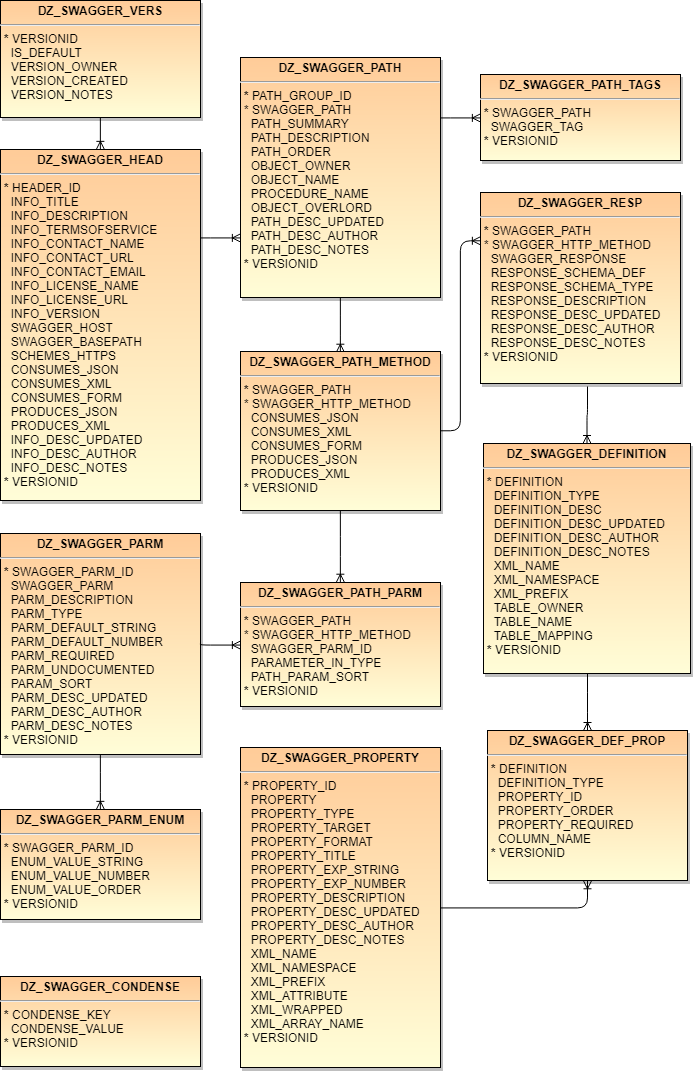
pauldzy/DZ_SWAGGER keeps this draw.io diagram as ERD.png. Above is the earlier version. Source tidied: cells renumbered, new cells last; positions are measured from the earlier drawing's top-left corner, leaving out a move shared by most shapes.
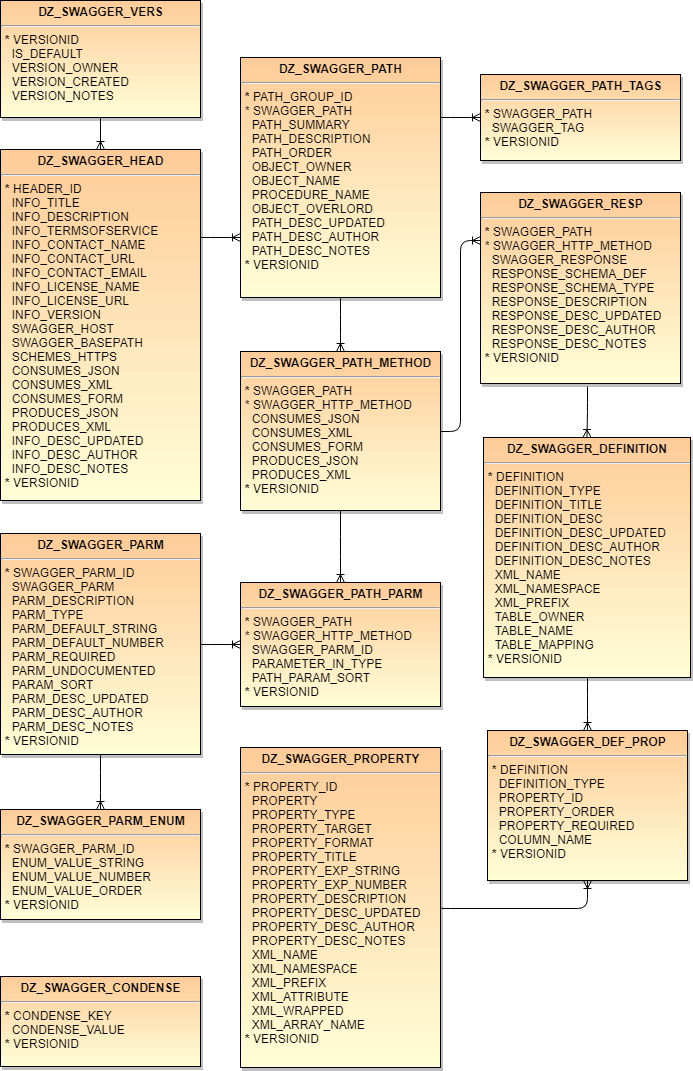
The same file after the commit.

What changed in the source:
```diff
@@ -47,8 +47,8 @@
     <mxCell id="16" style="edgeStyle=elbowEdgeStyle;html=1;endArrow=ERoneToMany;entryX=0.5;entryY=0;exitX=0.5;exitY=1;elbow=vertical;" parent="1" edge="1" source="13" target="15">
       <mxGeometry x="170" y="167" as="geometry" />
     </mxCell>
-    <mxCell id="17" value="&lt;p style=&quot;margin: 0px ; margin-top: 4px ; text-align: center&quot;&gt;&lt;strong&gt;DZ_SWAGGER_DEFINITION&lt;/strong&gt;&lt;/p&gt;&lt;hr&gt;&lt;p style=&quot;margin: 0px ; margin-left: 4px&quot;&gt;&lt;b&gt;*&lt;/b&gt;&amp;nbsp;&lt;span&gt;DEFINITION&lt;/span&gt;&lt;/p&gt;&lt;p style=&quot;margin: 0px ; margin-left: 4px&quot;&gt;&lt;span&gt;&amp;nbsp; DEFINITION_TYPE&lt;/span&gt;&lt;/p&gt;&lt;p style=&quot;margin: 0px ; margin-left: 4px&quot;&gt;&lt;span&gt;&amp;nbsp;&amp;nbsp;&lt;/span&gt;&lt;span&gt;DEFINITION_DESC&lt;/span&gt;&lt;/p&gt;&lt;p style=&quot;margin: 0px ; margin-left: 4px&quot;&gt;&lt;span&gt;&amp;nbsp; DEFINITION_DESC_UPDATED&lt;/span&gt;&lt;/p&gt;&lt;p style=&quot;margin: 0px ; margin-left: 4px&quot;&gt;&lt;span&gt;&amp;nbsp; DEFINITION_DESC_AUTHOR&lt;/span&gt;&lt;/p&gt;&lt;p style=&quot;margin: 0px ; margin-left: 4px&quot;&gt;&lt;span&gt;&amp;nbsp; DEFINITION_DESC_NOTES&lt;/span&gt;&lt;/p&gt;&lt;p style=&quot;margin: 0px ; margin-left: 4px&quot;&gt;&lt;span&gt;&amp;nbsp; XML_NAME&lt;/span&gt;&lt;/p&gt;&lt;p style=&quot;margin: 0px ; margin-left: 4px&quot;&gt;&lt;span&gt;&amp;nbsp; XML_NAMESPACE&lt;/span&gt;&lt;/p&gt;&lt;p style=&quot;margin: 0px ; margin-left: 4px&quot;&gt;&lt;span&gt;&amp;nbsp; XML_PREFIX&lt;/span&gt;&lt;/p&gt;&lt;p style=&quot;margin: 0px ; margin-left: 4px&quot;&gt;&lt;span&gt;&amp;nbsp; TABLE_OWNER&lt;/span&gt;&lt;/p&gt;&lt;p style=&quot;margin: 0px ; margin-left: 4px&quot;&gt;&lt;span&gt;&amp;nbsp; TABLE_NAME&lt;/span&gt;&lt;/p&gt;&lt;p style=&quot;margin: 0px ; margin-left: 4px&quot;&gt;&amp;nbsp; TABLE_MAPPING&lt;/p&gt;&lt;p style=&quot;margin: 0px ; margin-left: 4px&quot;&gt;&lt;b&gt;*&lt;/b&gt; VERSIONID&lt;/p&gt;" style="shadow=1;fillColor=#FFCC99;gradientColor=#FFFED8;verticalAlign=top;align=left;overflow=fill;fontSize=12;fontFamily=Helvetica;html=1;" parent="1" vertex="1">
-      <mxGeometry x="483" y="443" width="207" height="230" as="geometry" />
+    <mxCell id="17" value="&lt;p style=&quot;margin: 0px ; margin-top: 4px ; text-align: center&quot;&gt;&lt;strong&gt;DZ_SWAGGER_DEFINITION&lt;/strong&gt;&lt;/p&gt;&lt;hr&gt;&lt;p style=&quot;margin: 0px ; margin-left: 4px&quot;&gt;&lt;b&gt;*&lt;/b&gt;&amp;nbsp;&lt;span&gt;DEFINITION&lt;/span&gt;&lt;/p&gt;&lt;p style=&quot;margin: 0px ; margin-left: 4px&quot;&gt;&lt;span&gt;&amp;nbsp; DEFINITION_TYPE&lt;/span&gt;&lt;/p&gt;&lt;p style=&quot;margin: 0px ; margin-left: 4px&quot;&gt;&lt;span&gt;&amp;nbsp; DEFINITION_TITLE&lt;/span&gt;&lt;/p&gt;&lt;p style=&quot;margin: 0px ; margin-left: 4px&quot;&gt;&lt;span&gt;&amp;nbsp;&amp;nbsp;&lt;/span&gt;&lt;span&gt;DEFINITION_DESC&lt;/span&gt;&lt;/p&gt;&lt;p style=&quot;margin: 0px ; margin-left: 4px&quot;&gt;&lt;span&gt;&amp;nbsp; DEFINITION_DESC_UPDATED&lt;/span&gt;&lt;/p&gt;&lt;p style=&quot;margin: 0px ; margin-left: 4px&quot;&gt;&lt;span&gt;&amp;nbsp; DEFINITION_DESC_AUTHOR&lt;/span&gt;&lt;/p&gt;&lt;p style=&quot;margin: 0px ; margin-left: 4px&quot;&gt;&lt;span&gt;&amp;nbsp; DEFINITION_DESC_NOTES&lt;/span&gt;&lt;/p&gt;&lt;p style=&quot;margin: 0px ; margin-left: 4px&quot;&gt;&lt;span&gt;&amp;nbsp; XML_NAME&lt;/span&gt;&lt;/p&gt;&lt;p style=&quot;margin: 0px ; margin-left: 4px&quot;&gt;&lt;span&gt;&amp;nbsp; XML_NAMESPACE&lt;/span&gt;&lt;/p&gt;&lt;p style=&quot;margin: 0px ; margin-left: 4px&quot;&gt;&lt;span&gt;&amp;nbsp; XML_PREFIX&lt;/span&gt;&lt;/p&gt;&lt;p style=&quot;margin: 0px ; margin-left: 4px&quot;&gt;&lt;span&gt;&amp;nbsp; TABLE_OWNER&lt;/span&gt;&lt;/p&gt;&lt;p style=&quot;margin: 0px ; margin-left: 4px&quot;&gt;&lt;span&gt;&amp;nbsp; TABLE_NAME&lt;/span&gt;&lt;/p&gt;&lt;p style=&quot;margin: 0px ; margin-left: 4px&quot;&gt;&amp;nbsp; TABLE_MAPPING&lt;/p&gt;&lt;p style=&quot;margin: 0px ; margin-left: 4px&quot;&gt;&lt;b&gt;*&lt;/b&gt; VERSIONID&lt;/p&gt;" style="shadow=1;fillColor=#FFCC99;gradientColor=#FFFED8;verticalAlign=top;align=left;overflow=fill;fontSize=12;fontFamily=Helvetica;html=1;" parent="1" vertex="1">
+      <mxGeometry x="483" y="437" width="207" height="240" as="geometry" />
     </mxCell>
     <mxCell id="18" style="edgeStyle=elbowEdgeStyle;html=1;endArrow=ERoneToMany;exitX=0.535;exitY=1.016;elbow=vertical;exitPerimeter=0;" parent="1" edge="1" source="7" target="17">
       <mxGeometry x="160" y="157" as="geometry" />
```
